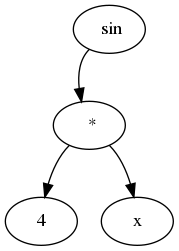
Before: diff/tree.png, a diagram exported from Graphviz (alextroegubov/Technotrack-C-course). Its source is kept beside it as diff/tree.dot.
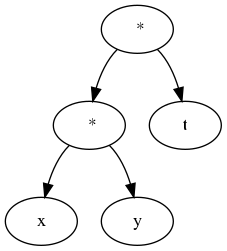
After the change.

The edit, as a diff of the source:
```diff
@@ -1,10 +1,12 @@
 digraph G {
-94923691497104[label = "4"]
-94923691497264[label = " *"]
-94923691497264:sw ->94923691497104;
-94923691497264:se ->94923691497184;
-94923691497184[label = "x"]
-94923691497344[label = " sin"]
-94923691497344:sw ->94923691497264;
+93993717757584[label = "x"]
+93993717757744[label = " *"]
+93993717757744:sw ->93993717757584;
+93993717757744:se ->93993717757664;
+93993717757664[label = "y"]
+93993717757904[label = " *"]
+93993717757904:sw ->93993717757744;
+93993717757904:se ->93993717757824;
+93993717757824[label = "t"]
 
 }
```
